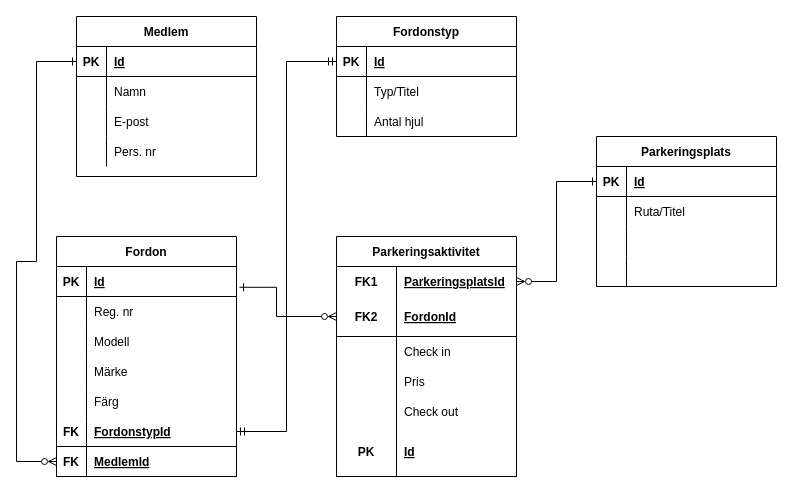
Above: page "Page-4" (4 of 4) of Garage3.0-Entities-Diagram.drawio in filipjohnsson1989/Garage3.0 (draw.io), before the change. Source tidied: cells renumbered, new cells numbered last; positions are measured from the earlier drawing's top-left corner, leaving out a move shared by most shapes. Both pictures are drawn from the tidied source at 100%, with x=0, y=0 at pixel (16, 16).
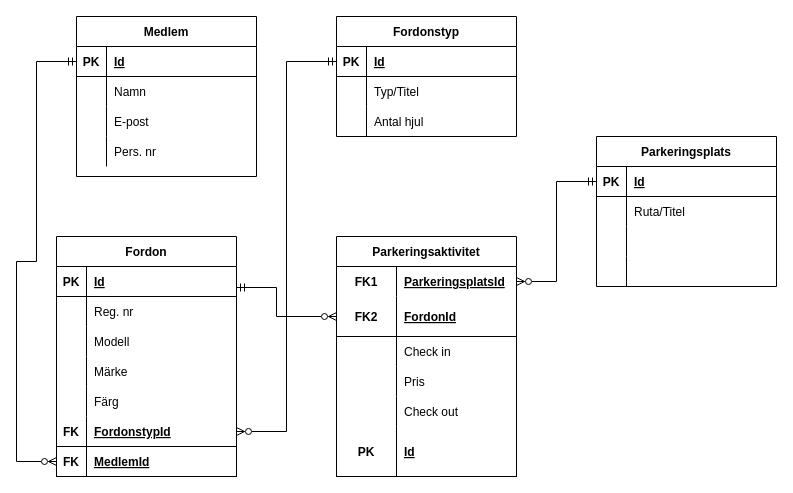
Above is the later version.

Unchanged cells that the change refers to:
```xml
<mxCell id="3" style="shape=tableRow;horizontal=0;startSize=0;swimlaneHead=0;swimlaneBody=0;fillColor=none;points=[[0,0.5],[1,0.5]];portConstraint=eastwest;top=0;left=0;right=0;bottom=1;" parent="2" vertex="1">
  <mxGeometry y="30" width="180" height="30" as="geometry" />
</mxCell>
<mxCell id="16" style="shape=tableRow;horizontal=0;startSize=0;swimlaneHead=0;swimlaneBody=0;fillColor=none;points=[[0,0.5],[1,0.5]];portConstraint=eastwest;top=0;left=0;right=0;bottom=1;" parent="15" vertex="1">
  <mxGeometry y="30" width="180" height="30" as="geometry" />
</mxCell>
<mxCell id="26" style="shape=tableRow;horizontal=0;startSize=0;swimlaneHead=0;swimlaneBody=0;fillColor=none;points=[[0,0.5],[1,0.5]];portConstraint=eastwest;top=0;left=0;right=0;bottom=1;" parent="25" vertex="1">
  <mxGeometry y="30" width="180" height="30" as="geometry" />
</mxCell>
<mxCell id="39" style="shape=tableRow;horizontal=0;startSize=0;swimlaneHead=0;swimlaneBody=0;fillColor=none;points=[[0,0.5],[1,0.5]];portConstraint=eastwest;top=0;left=0;right=0;bottom=1;" parent="38" vertex="1">
  <mxGeometry y="30" width="180" height="30" as="geometry" />
</mxCell>
<mxCell id="54" style="shape=tableRow;horizontal=0;startSize=0;swimlaneHead=0;swimlaneBody=0;fillColor=none;points=[[0,0.5],[1,0.5]];portConstraint=eastwest;top=0;left=0;right=0;bottom=1;" parent="38" vertex="1">
  <mxGeometry y="180" width="180" height="30" as="geometry" />
</mxCell>
<mxCell id="57" style="shape=tableRow;horizontal=0;startSize=0;swimlaneHead=0;swimlaneBody=0;fillColor=none;points=[[0,0.5],[1,0.5]];portConstraint=eastwest;top=0;left=0;right=0;bottom=1;" parent="38" vertex="1">
  <mxGeometry y="210" width="180" height="30" as="geometry" />
</mxCell>
<mxCell id="66" style="shape=tableRow;horizontal=0;startSize=0;swimlaneHead=0;swimlaneBody=0;fillColor=none;points=[[0,0.5],[1,0.5]];portConstraint=eastwest;top=0;left=0;right=0;bottom=0;" parent="65" vertex="1">
  <mxGeometry y="30" width="180" height="30" as="geometry" />
</mxCell>
<mxCell id="69" style="shape=tableRow;horizontal=0;startSize=0;swimlaneHead=0;swimlaneBody=0;fillColor=none;points=[[0,0.5],[1,0.5]];portConstraint=eastwest;top=0;left=0;right=0;bottom=1;" parent="65" vertex="1">
  <mxGeometry y="60" width="180" height="40" as="geometry" />
</mxCell>
```

What changed in the source:
```diff
@@
-    <mxCell id="84" style="edgeStyle=orthogonalEdgeStyle;rounded=0;jettySize=auto;html=1;entryX=0;entryY=0.5;entryDx=0;entryDy=0;startArrow=ERmandOne;startFill=0;endArrow=ERmandOne;endFill=0;strokeColor=#000000;" parent="1" edge="1" source="54" target="16">
+    <mxCell id="84" style="edgeStyle=orthogonalEdgeStyle;rounded=0;jettySize=auto;html=1;entryX=0;entryY=0.5;entryDx=0;entryDy=0;startArrow=ERzeroToMany;startFill=0;endArrow=ERmandOne;endFill=0;strokeColor=#000000;" parent="1" edge="1" source="54" target="16">
       <mxGeometry relative="1" as="geometry" />
     </mxCell>
-    <mxCell id="85" style="edgeStyle=orthogonalEdgeStyle;rounded=0;jettySize=auto;html=1;entryX=0;entryY=0.5;entryDx=0;entryDy=0;startArrow=ERzeroToMany;startFill=0;endArrow=ERone;endFill=0;strokeColor=#000000;" parent="1" edge="1" source="57" target="3">
+    <mxCell id="85" style="edgeStyle=orthogonalEdgeStyle;rounded=0;jettySize=auto;html=1;entryX=0;entryY=0.5;entryDx=0;entryDy=0;startArrow=ERzeroToMany;startFill=0;endArrow=ERmandOne;endFill=0;strokeColor=#000000;" parent="1" edge="1" source="57" target="3">
       <mxGeometry relative="1" as="geometry">
         <Array as="points">
           <mxPoint y="445" />
           <mxPoint y="245" />
           <mxPoint x="20" y="245" />
           <mxPoint x="20" y="45" />
         </Array>
       </mxGeometry>
     </mxCell>
-    <mxCell id="86" style="edgeStyle=orthogonalEdgeStyle;rounded=0;jettySize=auto;html=1;entryX=0;entryY=0.5;entryDx=0;entryDy=0;startArrow=ERzeroToMany;startFill=0;endArrow=ERone;endFill=0;strokeColor=#000000;" parent="1" edge="1" source="66" target="26">
+    <mxCell id="86" style="edgeStyle=orthogonalEdgeStyle;rounded=0;jettySize=auto;html=1;entryX=0;entryY=0.5;entryDx=0;entryDy=0;startArrow=ERzeroToMany;startFill=0;endArrow=ERmandOne;endFill=0;strokeColor=#000000;" parent="1" edge="1" source="66" target="26">
       <mxGeometry relative="1" as="geometry" />
     </mxCell>
-    <mxCell id="87" style="edgeStyle=orthogonalEdgeStyle;rounded=0;jettySize=auto;html=1;entryX=1.017;entryY=0.693;entryDx=0;entryDy=0;entryPerimeter=0;startArrow=ERzeroToMany;startFill=0;endArrow=ERone;endFill=0;strokeColor=#000000;" parent="1" edge="1" source="69" target="39">
+    <mxCell id="87" style="edgeStyle=orthogonalEdgeStyle;rounded=0;jettySize=auto;html=1;startArrow=ERzeroToMany;startFill=0;endArrow=ERmandOne;endFill=0;strokeColor=#000000;" parent="1" edge="1" source="69" target="39">
       <mxGeometry relative="1" as="geometry">
         <Array as="points">
           <mxPoint x="260" y="300" />
           <mxPoint x="260" y="271" />
         </Array>
       </mxGeometry>
     </mxCell>
```
